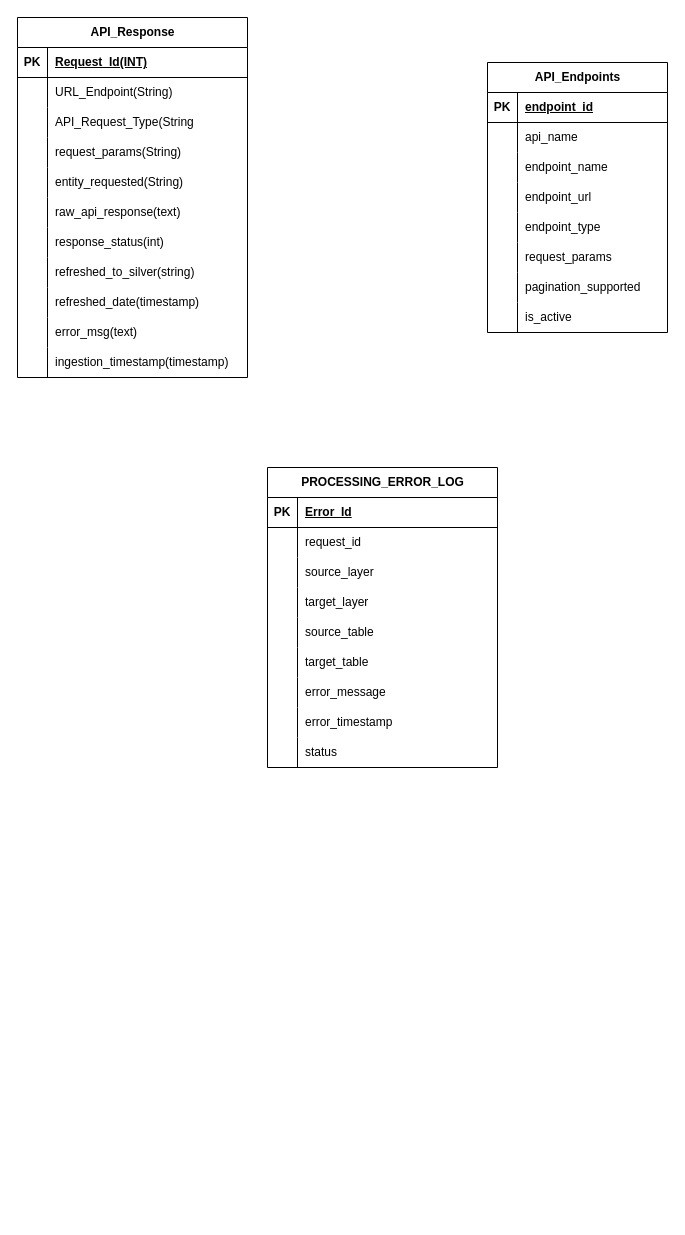
Earlier version of the draw.io diagram page "Bronze" (3 of 7) of Design/HDD.drawio (Sairam0613/AstroSight-DE). Source tidied: cells renumbered, new cells numbered last; positions are measured from the earlier drawing's top-left corner, leaving out a move shared by most shapes. Both pictures are drawn from the tidied source at 100%, with x=0, y=0 at pixel (17, 17).
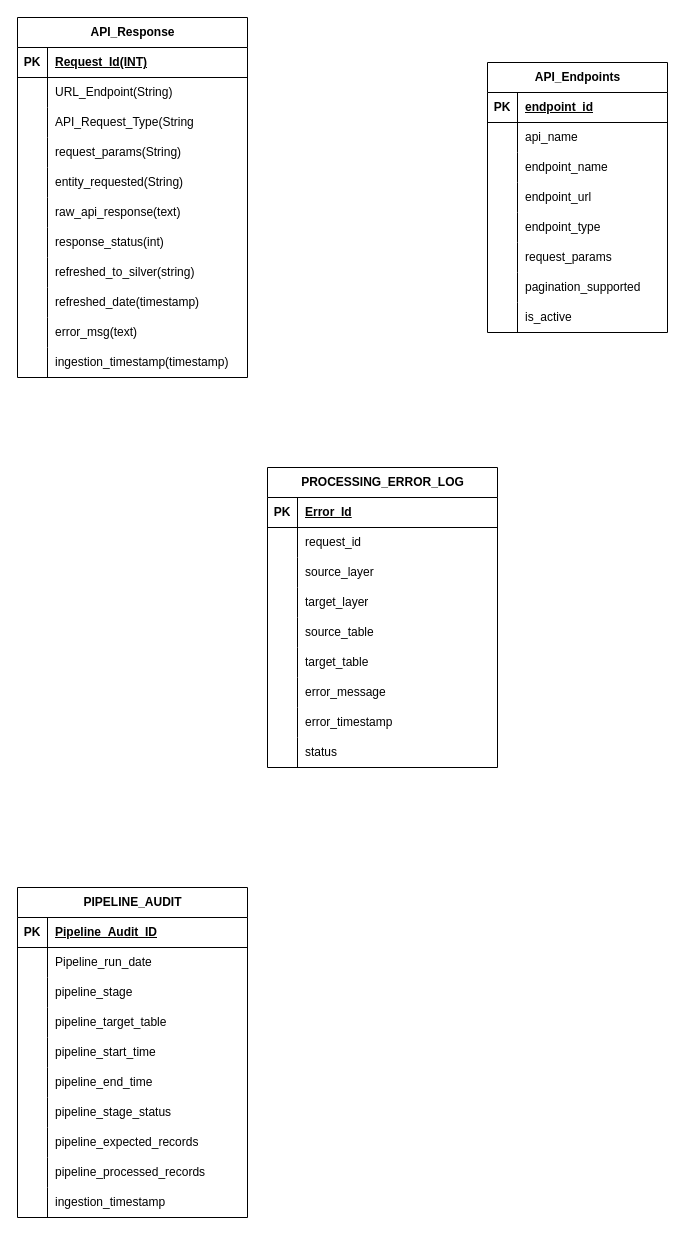
The same page after the edit.

Change to the diagram source:
```diff
@@
+    <mxCell id="89" value="PIPELINE_AUDIT" style="shape=table;startSize=30;childLayout=tableLayout;rowLines=0;fontStyle=1;align=center;html=1;" parent="1" vertex="1">
+      <mxGeometry y="870" width="230" height="330" as="geometry" />
+    </mxCell>
+    <mxCell id="90" style="shape=tableRow;horizontal=0;startSize=0;swimlaneHead=0;swimlaneBody=0;fillColor=none;top=0;left=0;right=0;bottom=1;" parent="89" vertex="1">
+      <mxGeometry y="30" width="230" height="30" as="geometry" />
+    </mxCell>
+    <mxCell id="91" value="PK" style="shape=partialRectangle;fillColor=none;top=0;left=0;bottom=0;right=0;fontStyle=1;overflow=hidden;whiteSpace=wrap;html=1;" parent="90" vertex="1">
+      <mxGeometry width="30" height="30" as="geometry" />
+    </mxCell>
+    <mxCell id="92" value="Pipeline_Audit_ID" style="shape=partialRectangle;fillColor=none;top=0;left=0;bottom=0;right=0;align=left;spacingLeft=6;fontStyle=5;overflow=hidden;whiteSpace=wrap;html=1;" parent="90" vertex="1">
+      <mxGeometry x="30" width="200" height="30" as="geometry" />
+    </mxCell>
+    <mxCell id="93" style="shape=tableRow;horizontal=0;startSize=0;swimlaneHead=0;swimlaneBody=0;fillColor=none;top=0;left=0;right=0;bottom=0;" parent="89" vertex="1">
+      <mxGeometry y="60" width="230" height="30" as="geometry" />
+    </mxCell>
+    <mxCell id="94" style="shape=partialRectangle;fillColor=none;top=0;left=0;bottom=0;right=0;overflow=hidden;whiteSpace=wrap;html=1;" parent="93" vertex="1">
+      <mxGeometry width="30" height="30" as="geometry" />
+    </mxCell>
+    <mxCell id="95" value="Pipeline_run_date" style="shape=partialRectangle;fillColor=none;top=0;left=0;bottom=0;right=0;align=left;spacingLeft=6;overflow=hidden;whiteSpace=wrap;html=1;" parent="93" vertex="1">
+      <mxGeometry x="30" width="200" height="30" as="geometry" />
+    </mxCell>
+    <mxCell id="96" style="shape=tableRow;horizontal=0;startSize=0;swimlaneHead=0;swimlaneBody=0;fillColor=none;top=0;left=0;right=0;bottom=0;" parent="89" vertex="1">
+      <mxGeometry y="90" width="230" height="30" as="geometry" />
+    </mxCell>
+    <mxCell id="97" style="shape=partialRectangle;fillColor=none;top=0;left=0;bottom=0;right=0;overflow=hidden;whiteSpace=wrap;html=1;" parent="96" vertex="1">
+      <mxGeometry width="30" height="30" as="geometry" />
+    </mxCell>
+    <mxCell id="98" value="pipeline_stage" style="shape=partialRectangle;fillColor=none;top=0;left=0;bottom=0;right=0;align=left;spacingLeft=6;overflow=hidden;whiteSpace=wrap;html=1;" parent="96" vertex="1">
+      <mxGeometry x="30" width="200" height="30" as="geometry" />
+    </mxCell>
+    <mxCell id="99" style="shape=tableRow;horizontal=0;startSize=0;swimlaneHead=0;swimlaneBody=0;fillColor=none;top=0;left=0;right=0;bottom=0;" parent="89" vertex="1">
+      <mxGeometry y="120" width="230" height="30" as="geometry" />
+    </mxCell>
+    <mxCell id="100" style="shape=partialRectangle;fillColor=none;top=0;left=0;bottom=0;right=0;overflow=hidden;whiteSpace=wrap;html=1;" parent="99" vertex="1">
+      <mxGeometry width="30" height="30" as="geometry" />
+    </mxCell>
+    <mxCell id="101" value="pipeline_target_table" style="shape=partialRectangle;fillColor=none;top=0;left=0;bottom=0;right=0;align=left;spacingLeft=6;overflow=hidden;whiteSpace=wrap;html=1;" parent="99" vertex="1">
+      <mxGeometry x="30" width="200" height="30" as="geometry" />
+    </mxCell>
+    <mxCell id="102" style="shape=tableRow;horizontal=0;startSize=0;swimlaneHead=0;swimlaneBody=0;fillColor=none;top=0;left=0;right=0;bottom=0;" parent="89" vertex="1">
+      <mxGeometry y="150" width="230" height="30" as="geometry" />
+    </mxCell>
+    <mxCell id="103" style="shape=partialRectangle;fillColor=none;top=0;left=0;bottom=0;right=0;overflow=hidden;whiteSpace=wrap;html=1;" parent="102" vertex="1">
+      <mxGeometry width="30" height="30" as="geometry" />
+    </mxCell>
+    <mxCell id="104" value="pipeline_start_time" style="shape=partialRectangle;fillColor=none;top=0;left=0;bottom=0;right=0;align=left;spacingLeft=6;overflow=hidden;whiteSpace=wrap;html=1;" parent="102" vertex="1">
+      <mxGeometry x="30" width="200" height="30" as="geometry" />
+    </mxCell>
+    <mxCell id="105" style="shape=tableRow;horizontal=0;startSize=0;swimlaneHead=0;swimlaneBody=0;fillColor=none;top=0;left=0;right=0;bottom=0;" parent="89" vertex="1">
+      <mxGeometry y="180" width="230" height="30" as="geometry" />
+    </mxCell>
+    <mxCell id="106" style="shape=partialRectangle;fillColor=none;top=0;left=0;bottom=0;right=0;overflow=hidden;whiteSpace=wrap;html=1;" parent="105" vertex="1">
+      <mxGeometry width="30" height="30" as="geometry" />
+    </mxCell>
+    <mxCell id="107" value="pipeline_end_time" style="shape=partialRectangle;fillColor=none;top=0;left=0;bottom=0;right=0;align=left;spacingLeft=6;overflow=hidden;whiteSpace=wrap;html=1;" parent="105" vertex="1">
+      <mxGeometry x="30" width="200" height="30" as="geometry" />
+    </mxCell>
+    <mxCell id="108" style="shape=tableRow;horizontal=0;startSize=0;swimlaneHead=0;swimlaneBody=0;fillColor=none;top=0;left=0;right=0;bottom=0;" parent="89" vertex="1">
+      <mxGeometry y="210" width="230" height="30" as="geometry" />
+    </mxCell>
+    <mxCell id="109" style="shape=partialRectangle;fillColor=none;top=0;left=0;bottom=0;right=0;overflow=hidden;whiteSpace=wrap;html=1;" parent="108" vertex="1">
+      <mxGeometry width="30" height="30" as="geometry" />
+    </mxCell>
+    <mxCell id="110" value="pipeline_stage_status" style="shape=partialRectangle;fillColor=none;top=0;left=0;bottom=0;right=0;align=left;spacingLeft=6;overflow=hidden;whiteSpace=wrap;html=1;" parent="108" vertex="1">
+      <mxGeometry x="30" width="200" height="30" as="geometry" />
+    </mxCell>
+    <mxCell id="111" style="shape=tableRow;horizontal=0;startSize=0;swimlaneHead=0;swimlaneBody=0;fillColor=none;top=0;left=0;right=0;bottom=0;" parent="89" vertex="1">
+      <mxGeometry y="240" width="230" height="30" as="geometry" />
+    </mxCell>
+    <mxCell id="112" style="shape=partialRectangle;fillColor=none;top=0;left=0;bottom=0;right=0;overflow=hidden;whiteSpace=wrap;html=1;" parent="111" vertex="1">
+      <mxGeometry width="30" height="30" as="geometry" />
+    </mxCell>
+    <mxCell id="113" value="pipeline_expected_records" style="shape=partialRectangle;fillColor=none;top=0;left=0;bottom=0;right=0;align=left;spacingLeft=6;overflow=hidden;whiteSpace=wrap;html=1;" parent="111" vertex="1">
+      <mxGeometry x="30" width="200" height="30" as="geometry" />
+    </mxCell>
+    <mxCell id="114" style="shape=tableRow;horizontal=0;startSize=0;swimlaneHead=0;swimlaneBody=0;fillColor=none;top=0;left=0;right=0;bottom=0;" parent="89" vertex="1">
+      <mxGeometry y="270" width="230" height="30" as="geometry" />
+    </mxCell>
+    <mxCell id="115" style="shape=partialRectangle;fillColor=none;top=0;left=0;bottom=0;right=0;overflow=hidden;whiteSpace=wrap;html=1;" parent="114" vertex="1">
+      <mxGeometry width="30" height="30" as="geometry" />
+    </mxCell>
+    <mxCell id="116" value="pipeline_processed_records" style="shape=partialRectangle;fillColor=none;top=0;left=0;bottom=0;right=0;align=left;spacingLeft=6;overflow=hidden;whiteSpace=wrap;html=1;" parent="114" vertex="1">
+      <mxGeometry x="30" width="200" height="30" as="geometry" />
+    </mxCell>
+    <mxCell id="117" style="shape=tableRow;horizontal=0;startSize=0;swimlaneHead=0;swimlaneBody=0;fillColor=none;top=0;left=0;right=0;bottom=0;" parent="89" vertex="1">
+      <mxGeometry y="300" width="230" height="30" as="geometry" />
+    </mxCell>
+    <mxCell id="118" style="shape=partialRectangle;fillColor=none;top=0;left=0;bottom=0;right=0;overflow=hidden;whiteSpace=wrap;html=1;" parent="117" vertex="1">
+      <mxGeometry width="30" height="30" as="geometry" />
+    </mxCell>
+    <mxCell id="119" value="ingestion_timestamp" style="shape=partialRectangle;fillColor=none;top=0;left=0;bottom=0;right=0;align=left;spacingLeft=6;overflow=hidden;whiteSpace=wrap;html=1;" parent="117" vertex="1">
+      <mxGeometry x="30" width="200" height="30" as="geometry" />
+    </mxCell>
```
